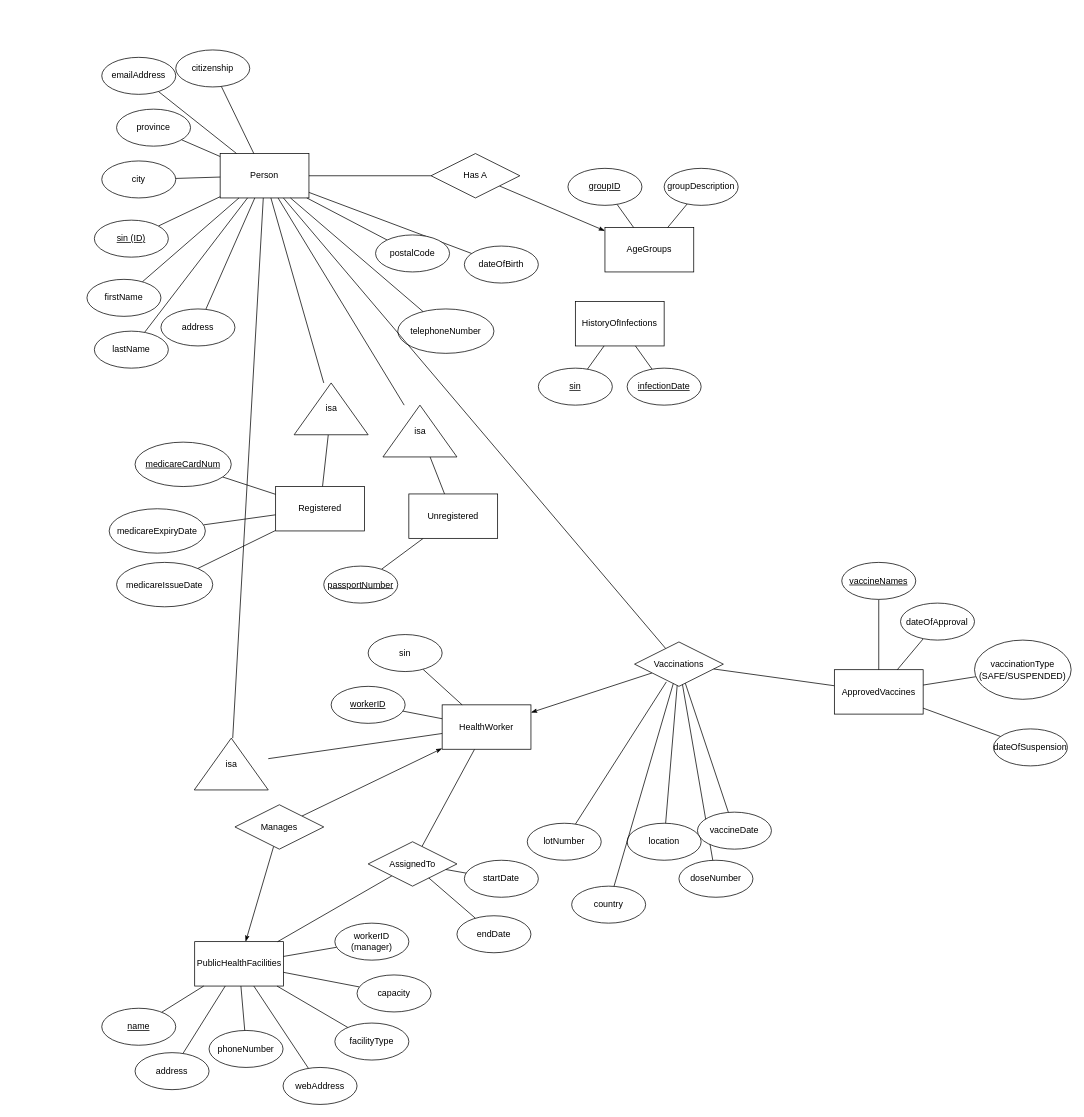
Above: Diagram/E-R Model.drawio in sobhan-m/comp353-warmup-project (draw.io), before the change. Source tidied: cells renumbered, new cells numbered last; positions are measured from the earlier drawing's top-left corner, leaving out a move shared by most shapes. Both pictures are drawn from the tidied source at 74%, with x=0, y=0 at pixel (87, 50).
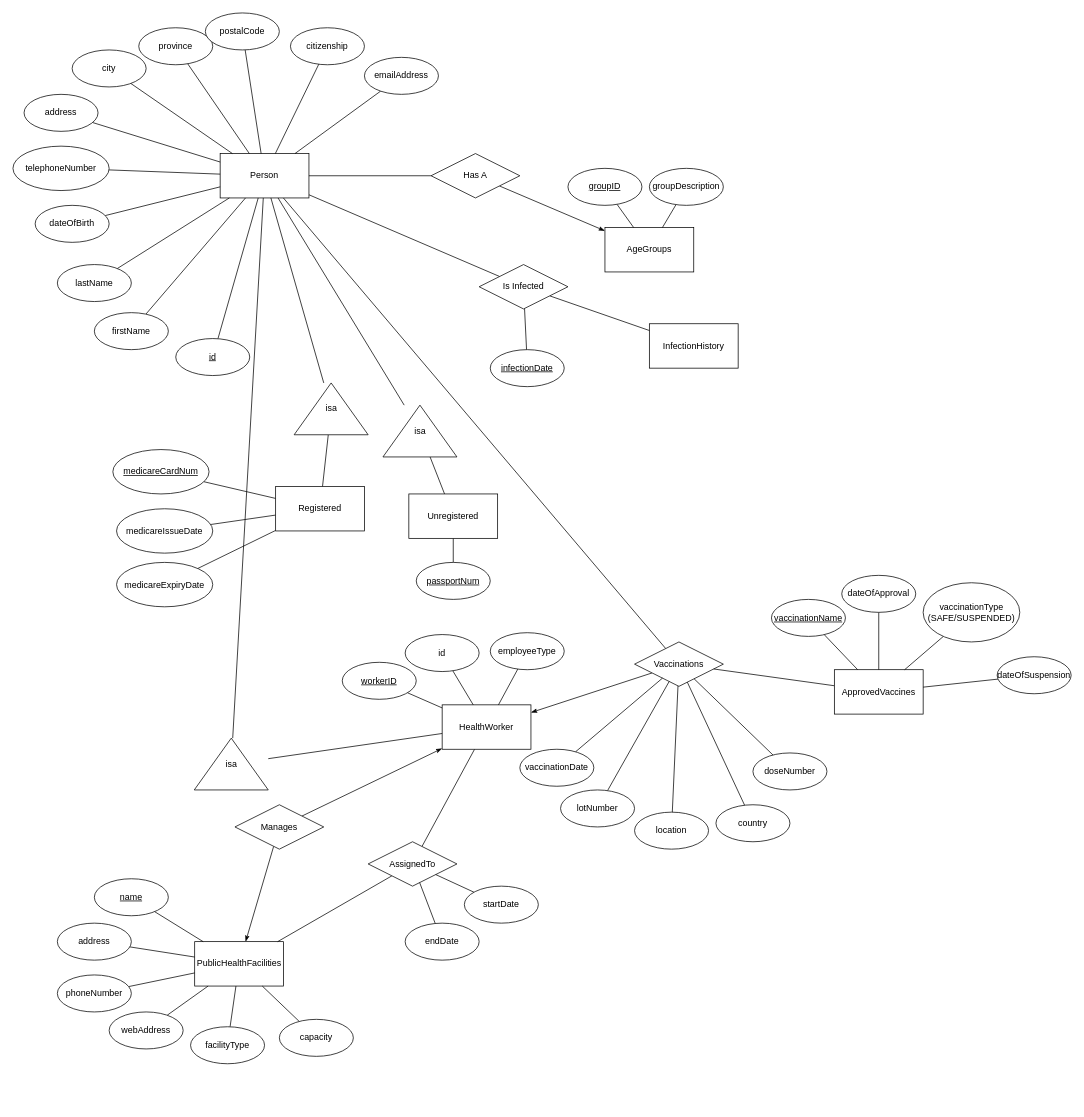
The same diagram, later.

Commit message (it also covers changes not shown here):
Updated Attribute Names To Match Final Implementation

The change refers to these unchanged cells:
```xml
<mxCell id="2" value="Person" style="rounded=0;whiteSpace=wrap;html=1;" parent="1" vertex="1">
  <mxGeometry x="180" y="140" width="120" height="60" as="geometry" />
</mxCell>
<mxCell id="34" value="HealthWorker" style="rounded=0;whiteSpace=wrap;html=1;" parent="1" vertex="1">
  <mxGeometry x="480" y="885" width="120" height="60" as="geometry" />
</mxCell>
<mxCell id="42" value="PublicHealthFacilities" style="rounded=0;whiteSpace=wrap;html=1;" parent="1" vertex="1">
  <mxGeometry x="145.6" y="1205" width="120" height="60" as="geometry" />
</mxCell>
<mxCell id="70" value="Vaccinations" style="shape=rhombus;perimeter=rhombusPerimeter;whiteSpace=wrap;html=1;align=center;" parent="1" vertex="1">
  <mxGeometry x="740" y="800" width="120" height="60" as="geometry" />
</mxCell>
```

Diff of the diagram source:
```diff
@@
+    <mxCell id="110" style="rounded=0;jettySize=auto;html=1;endArrow=none;endFill=0;" parent="1" edge="1" source="2" target="113">
+      <mxGeometry relative="1" as="geometry" />
+    </mxCell>
@@
-    <mxCell id="4" value="&lt;u&gt;sin (ID)&lt;/u&gt;" style="ellipse;whiteSpace=wrap;html=1;" parent="1" vertex="1">
-      <mxGeometry x="10" y="230" width="100" height="50" as="geometry" />
+    <mxCell id="4" value="&lt;u&gt;id&lt;/u&gt;" style="ellipse;whiteSpace=wrap;html=1;" parent="1" vertex="1">
+      <mxGeometry x="120" y="390" width="100" height="50" as="geometry" />
     </mxCell>
@@
     <mxCell id="6" value="firstName" style="ellipse;whiteSpace=wrap;html=1;" parent="1" vertex="1">
-      <mxGeometry y="310" width="100" height="50" as="geometry" />
+      <mxGeometry x="10" y="355" width="100" height="50" as="geometry" />
     </mxCell>
@@
     <mxCell id="8" value="lastName" style="ellipse;whiteSpace=wrap;html=1;" parent="1" vertex="1">
-      <mxGeometry x="10" y="380" width="100" height="50" as="geometry" />
+      <mxGeometry x="-40" y="290" width="100" height="50" as="geometry" />
     </mxCell>
@@
     <mxCell id="10" value="dateOfBirth" style="ellipse;whiteSpace=wrap;html=1;" parent="1" vertex="1">
-      <mxGeometry x="510" y="265" width="100" height="50" as="geometry" />
+      <mxGeometry x="-70" y="210" width="100" height="50" as="geometry" />
     </mxCell>
@@
     <mxCell id="12" value="&lt;u&gt;medicareCardNum&lt;/u&gt;" style="ellipse;whiteSpace=wrap;html=1;" parent="1" vertex="1">
-      <mxGeometry x="65" y="530" width="130" height="60" as="geometry" />
+      <mxGeometry x="35" y="540" width="130" height="60" as="geometry" />
     </mxCell>
@@
     <mxCell id="14" value="medicareIssueDate" style="ellipse;whiteSpace=wrap;html=1;" parent="1" vertex="1">
-      <mxGeometry x="40" y="692.5" width="130" height="60" as="geometry" />
+      <mxGeometry x="40" y="620" width="130" height="60" as="geometry" />
     </mxCell>
@@
     <mxCell id="16" value="medicareExpiryDate" style="ellipse;whiteSpace=wrap;html=1;" parent="1" vertex="1">
-      <mxGeometry x="30" y="620" width="130" height="60" as="geometry" />
+      <mxGeometry x="40" y="692.5" width="130" height="60" as="geometry" />
     </mxCell>
@@
     <mxCell id="18" value="telephoneNumber" style="ellipse;whiteSpace=wrap;html=1;" parent="1" vertex="1">
-      <mxGeometry x="420" y="350" width="130" height="60" as="geometry" />
+      <mxGeometry x="-100" y="130" width="130" height="60" as="geometry" />
     </mxCell>
@@
     <mxCell id="20" value="address" style="ellipse;whiteSpace=wrap;html=1;" parent="1" vertex="1">
-      <mxGeometry x="100" y="350" width="100" height="50" as="geometry" />
+      <mxGeometry x="-85" y="60" width="100" height="50" as="geometry" />
     </mxCell>
@@
     <mxCell id="22" value="city" style="ellipse;whiteSpace=wrap;html=1;" parent="1" vertex="1">
-      <mxGeometry x="20" y="150" width="100" height="50" as="geometry" />
+      <mxGeometry x="-20" width="100" height="50" as="geometry" />
     </mxCell>
@@
     <mxCell id="24" value="province" style="ellipse;whiteSpace=wrap;html=1;" parent="1" vertex="1">
-      <mxGeometry x="40" y="80" width="100" height="50" as="geometry" />
+      <mxGeometry x="70" y="-30" width="100" height="50" as="geometry" />
     </mxCell>
@@
     <mxCell id="26" value="postalCode" style="ellipse;whiteSpace=wrap;html=1;" parent="1" vertex="1">
-      <mxGeometry x="390" y="250" width="100" height="50" as="geometry" />
+      <mxGeometry x="160" y="-50" width="100" height="50" as="geometry" />
     </mxCell>
@@
     <mxCell id="28" value="citizenship" style="ellipse;whiteSpace=wrap;html=1;" parent="1" vertex="1">
-      <mxGeometry x="120" width="100" height="50" as="geometry" />
+      <mxGeometry x="275" y="-30" width="100" height="50" as="geometry" />
     </mxCell>
@@
     <mxCell id="30" value="emailAddress" style="ellipse;whiteSpace=wrap;html=1;" parent="1" vertex="1">
-      <mxGeometry x="20" y="10" width="100" height="50" as="geometry" />
+      <mxGeometry x="375" y="10" width="100" height="50" as="geometry" />
     </mxCell>
@@
-    <mxCell id="32" value="&lt;u&gt;passportNumber&lt;/u&gt;" style="ellipse;whiteSpace=wrap;html=1;" parent="1" vertex="1">
-      <mxGeometry x="320" y="697.5" width="100" height="50" as="geometry" />
+    <mxCell id="32" value="&lt;u&gt;passportNum&lt;/u&gt;" style="ellipse;whiteSpace=wrap;html=1;" parent="1" vertex="1">
+      <mxGeometry x="445" y="692.5" width="100" height="50" as="geometry" />
     </mxCell>
@@
     <mxCell id="39" value="&lt;u&gt;workerID&lt;/u&gt;" style="ellipse;whiteSpace=wrap;html=1;" parent="1" vertex="1">
-      <mxGeometry x="330" y="860" width="100" height="50" as="geometry" />
+      <mxGeometry x="345" y="827.5" width="100" height="50" as="geometry" />
     </mxCell>
@@
-    <mxCell id="41" value="sin" style="ellipse;whiteSpace=wrap;html=1;" parent="1" vertex="1">
-      <mxGeometry x="380" y="790" width="100" height="50" as="geometry" />
+    <mxCell id="41" value="id" style="ellipse;whiteSpace=wrap;html=1;" parent="1" vertex="1">
+      <mxGeometry x="430" y="790" width="100" height="50" as="geometry" />
     </mxCell>
@@
     <mxCell id="44" value="&lt;u&gt;name&lt;/u&gt;" style="ellipse;whiteSpace=wrap;html=1;" parent="1" vertex="1">
-      <mxGeometry x="20" y="1295" width="100" height="50" as="geometry" />
+      <mxGeometry x="10" y="1120" width="100" height="50" as="geometry" />
     </mxCell>
@@
     <mxCell id="46" value="address" style="ellipse;whiteSpace=wrap;html=1;" parent="1" vertex="1">
-      <mxGeometry x="65" y="1355" width="100" height="50" as="geometry" />
+      <mxGeometry x="-40" y="1180" width="100" height="50" as="geometry" />
     </mxCell>
@@
     <mxCell id="48" value="phoneNumber" style="ellipse;whiteSpace=wrap;html=1;" parent="1" vertex="1">
-      <mxGeometry x="165" y="1325" width="100" height="50" as="geometry" />
+      <mxGeometry x="-40" y="1250" width="100" height="50" as="geometry" />
     </mxCell>
@@
     <mxCell id="50" value="webAddress" style="ellipse;whiteSpace=wrap;html=1;" parent="1" vertex="1">
-      <mxGeometry x="265" y="1375" width="100" height="50" as="geometry" />
+      <mxGeometry x="30" y="1300" width="100" height="50" as="geometry" />
     </mxCell>
@@
     <mxCell id="52" value="facilityType" style="ellipse;whiteSpace=wrap;html=1;" parent="1" vertex="1">
-      <mxGeometry x="335" y="1315" width="100" height="50" as="geometry" />
+      <mxGeometry x="140" y="1320" width="100" height="50" as="geometry" />
     </mxCell>
@@
     <mxCell id="54" value="capacity" style="ellipse;whiteSpace=wrap;html=1;" parent="1" vertex="1">
-      <mxGeometry x="365" y="1250" width="100" height="50" as="geometry" />
+      <mxGeometry x="260" y="1310" width="100" height="50" as="geometry" />
     </mxCell>
@@
-    <mxCell id="58" style="edgeStyle=none;rounded=0;jettySize=auto;html=1;startArrow=none;startFill=0;endArrow=none;endFill=0;" parent="1" edge="1" source="59" target="42">
-      <mxGeometry relative="1" as="geometry" />
-    </mxCell>
-    <mxCell id="59" value="workerID (manager)" style="ellipse;whiteSpace=wrap;html=1;" parent="1" vertex="1">
-      <mxGeometry x="335" y="1180" width="100" height="50" as="geometry" />
-    </mxCell>
@@
     <mxCell id="64" value="groupDescription" style="ellipse;whiteSpace=wrap;html=1;" parent="1" vertex="1">
-      <mxGeometry x="780" y="160" width="100" height="50" as="geometry" />
+      <mxGeometry x="760" y="160" width="100" height="50" as="geometry" />
     </mxCell>
@@
-    <mxCell id="71" value="HistoryOfInfections" style="rounded=0;whiteSpace=wrap;html=1;" parent="1" vertex="1">
-      <mxGeometry x="660" y="340" width="120" height="60" as="geometry" />
-    </mxCell>
-    <mxCell id="72" style="edgeStyle=none;rounded=0;jettySize=auto;html=1;startArrow=none;startFill=0;endArrow=none;endFill=0;" parent="1" edge="1" source="73" target="71">
-      <mxGeometry relative="1" as="geometry" />
-    </mxCell>
-    <mxCell id="73" value="&lt;u&gt;sin&lt;/u&gt;" style="ellipse;whiteSpace=wrap;html=1;" parent="1" vertex="1">
-      <mxGeometry x="610" y="430" width="100" height="50" as="geometry" />
-    </mxCell>
-    <mxCell id="74" style="edgeStyle=none;rounded=0;jettySize=auto;html=1;startArrow=none;startFill=0;endArrow=none;endFill=0;" parent="1" edge="1" source="75" target="71">
+    <mxCell id="74" style="edgeStyle=none;rounded=0;jettySize=auto;html=1;startArrow=none;startFill=0;endArrow=none;endFill=0;" parent="1" edge="1" source="75" target="113">
       <mxGeometry relative="1" as="geometry" />
     </mxCell>
     <mxCell id="75" value="&lt;u&gt;infectionDate&lt;/u&gt;" style="ellipse;whiteSpace=wrap;html=1;" parent="1" vertex="1">
-      <mxGeometry x="730" y="430" width="100" height="50" as="geometry" />
+      <mxGeometry x="545" y="405" width="100" height="50" as="geometry" />
     </mxCell>
@@
     <mxCell id="77" value="doseNumber" style="ellipse;whiteSpace=wrap;html=1;" parent="1" vertex="1">
-      <mxGeometry x="800" y="1095" width="100" height="50" as="geometry" />
+      <mxGeometry x="900" y="950" width="100" height="50" as="geometry" />
     </mxCell>
@@
-    <mxCell id="79" value="vaccineDate" style="ellipse;whiteSpace=wrap;html=1;" parent="1" vertex="1">
-      <mxGeometry x="825" y="1030" width="100" height="50" as="geometry" />
+    <mxCell id="79" value="vaccinationDate" style="ellipse;whiteSpace=wrap;html=1;" parent="1" vertex="1">
+      <mxGeometry x="585" y="945" width="100" height="50" as="geometry" />
     </mxCell>
-    <mxCell id="80" style="edgeStyle=none;rounded=0;jettySize=auto;html=1;startArrow=none;startFill=0;endArrow=none;endFill=0;" parent="1" edge="1" source="81" target="70">
+    <mxCell id="80" style="edgeStyle=none;rounded=0;jettySize=auto;html=1;startArrow=none;startFill=0;endArrow=none;endFill=0;" parent="1" edge="1" source="83" target="70">
       <mxGeometry relative="1" as="geometry" />
     </mxCell>
     <mxCell id="81" value="location" style="ellipse;whiteSpace=wrap;html=1;" parent="1" vertex="1">
-      <mxGeometry x="730" y="1045" width="100" height="50" as="geometry" />
+      <mxGeometry x="740" y="1030" width="100" height="50" as="geometry" />
     </mxCell>
-    <mxCell id="82" style="edgeStyle=none;rounded=0;jettySize=auto;html=1;entryX=0.358;entryY=0.9;entryDx=0;entryDy=0;entryPerimeter=0;startArrow=none;startFill=0;endArrow=none;endFill=0;" parent="1" edge="1" source="83" target="70">
-      <mxGeometry relative="1" as="geometry" />
-    </mxCell>
-    <mxCell id="83" value="lotNumber" style="ellipse;whiteSpace=wrap;html=1;" parent="1" vertex="1">
-      <mxGeometry x="595" y="1045" width="100" height="50" as="geometry" />
-    </mxCell>
-    <mxCell id="84" style="edgeStyle=none;rounded=0;jettySize=auto;html=1;startArrow=none;startFill=0;endArrow=none;endFill=0;" parent="1" edge="1" source="85" target="70">
-      <mxGeometry relative="1" as="geometry" />
-    </mxCell>
     <mxCell id="85" value="country" style="ellipse;whiteSpace=wrap;html=1;" parent="1" vertex="1">
-      <mxGeometry x="655" y="1130" width="100" height="50" as="geometry" />
+      <mxGeometry x="850" y="1020" width="100" height="50" as="geometry" />
     </mxCell>
@@
-    <mxCell id="89" value="&lt;u&gt;vaccineNames&lt;/u&gt;" style="ellipse;whiteSpace=wrap;html=1;" parent="1" vertex="1">
-      <mxGeometry x="1020" y="692.5" width="100" height="50" as="geometry" />
+    <mxCell id="89" value="&lt;u&gt;vaccinationName&lt;/u&gt;" style="ellipse;whiteSpace=wrap;html=1;" parent="1" vertex="1">
+      <mxGeometry x="925" y="742.5" width="100" height="50" as="geometry" />
     </mxCell>
@@
     <mxCell id="91" value="dateOfApproval" style="ellipse;whiteSpace=wrap;html=1;" parent="1" vertex="1">
-      <mxGeometry x="1099.4" y="747.5" width="100" height="50" as="geometry" />
+      <mxGeometry x="1020" y="710" width="100" height="50" as="geometry" />
     </mxCell>
@@
     <mxCell id="93" value="vaccinationType (SAFE/SUSPENDED)" style="ellipse;whiteSpace=wrap;html=1;" parent="1" vertex="1">
-      <mxGeometry x="1199.4" y="797.5" width="130.6" height="80" as="geometry" />
+      <mxGeometry x="1130" y="720" width="130.6" height="80" as="geometry" />
     </mxCell>
@@
     <mxCell id="95" value="dateOfSuspension" style="ellipse;whiteSpace=wrap;html=1;" parent="1" vertex="1">
-      <mxGeometry x="1225" y="917.5" width="100" height="50" as="geometry" />
+      <mxGeometry x="1230" y="820" width="100" height="50" as="geometry" />
     </mxCell>
@@
     <mxCell id="99" value="startDate" style="ellipse;whiteSpace=wrap;html=1;" parent="1" vertex="1">
-      <mxGeometry x="510" y="1095" width="100" height="50" as="geometry" />
+      <mxGeometry x="510" y="1130" width="100" height="50" as="geometry" />
     </mxCell>
@@
     <mxCell id="101" value="endDate" style="ellipse;whiteSpace=wrap;html=1;" parent="1" vertex="1">
-      <mxGeometry x="500" y="1170" width="100" height="50" as="geometry" />
+      <mxGeometry x="430" y="1180" width="100" height="50" as="geometry" />
     </mxCell>
@@
+    <mxCell id="111" value="InfectionHistory" style="rounded=0;whiteSpace=wrap;html=1;" parent="1" vertex="1">
+      <mxGeometry x="760" y="370" width="120" height="60" as="geometry" />
+    </mxCell>
+    <mxCell id="112" style="edgeStyle=none;rounded=0;jettySize=auto;html=1;endArrow=none;endFill=0;" parent="1" edge="1" source="113" target="111">
+      <mxGeometry relative="1" as="geometry" />
+    </mxCell>
+    <mxCell id="113" value="Is Infected" style="shape=rhombus;perimeter=rhombusPerimeter;whiteSpace=wrap;html=1;align=center;" parent="1" vertex="1">
+      <mxGeometry x="530" y="290" width="120" height="60" as="geometry" />
+    </mxCell>
+    <mxCell id="114" style="edgeStyle=none;rounded=0;jettySize=auto;html=1;endArrow=none;endFill=0;" parent="1" edge="1" source="115" target="34">
+      <mxGeometry relative="1" as="geometry" />
+    </mxCell>
+    <mxCell id="115" value="employeeType" style="ellipse;whiteSpace=wrap;html=1;" parent="1" vertex="1">
+      <mxGeometry x="545" y="787.5" width="100" height="50" as="geometry" />
+    </mxCell>
+    <mxCell id="116" style="edgeStyle=none;rounded=0;jettySize=auto;html=1;startArrow=none;startFill=0;endArrow=none;endFill=0;" parent="1" edge="1" source="81" target="70">
+      <mxGeometry relative="1" as="geometry" />
+    </mxCell>
+    <mxCell id="83" value="lotNumber" style="ellipse;whiteSpace=wrap;html=1;" parent="1" vertex="1">
+      <mxGeometry x="640" y="1000" width="100" height="50" as="geometry" />
+    </mxCell>
+    <mxCell id="84" style="edgeStyle=none;rounded=0;jettySize=auto;html=1;startArrow=none;startFill=0;endArrow=none;endFill=0;" parent="1" edge="1" source="85" target="70">
+      <mxGeometry relative="1" as="geometry" />
+    </mxCell>
```
